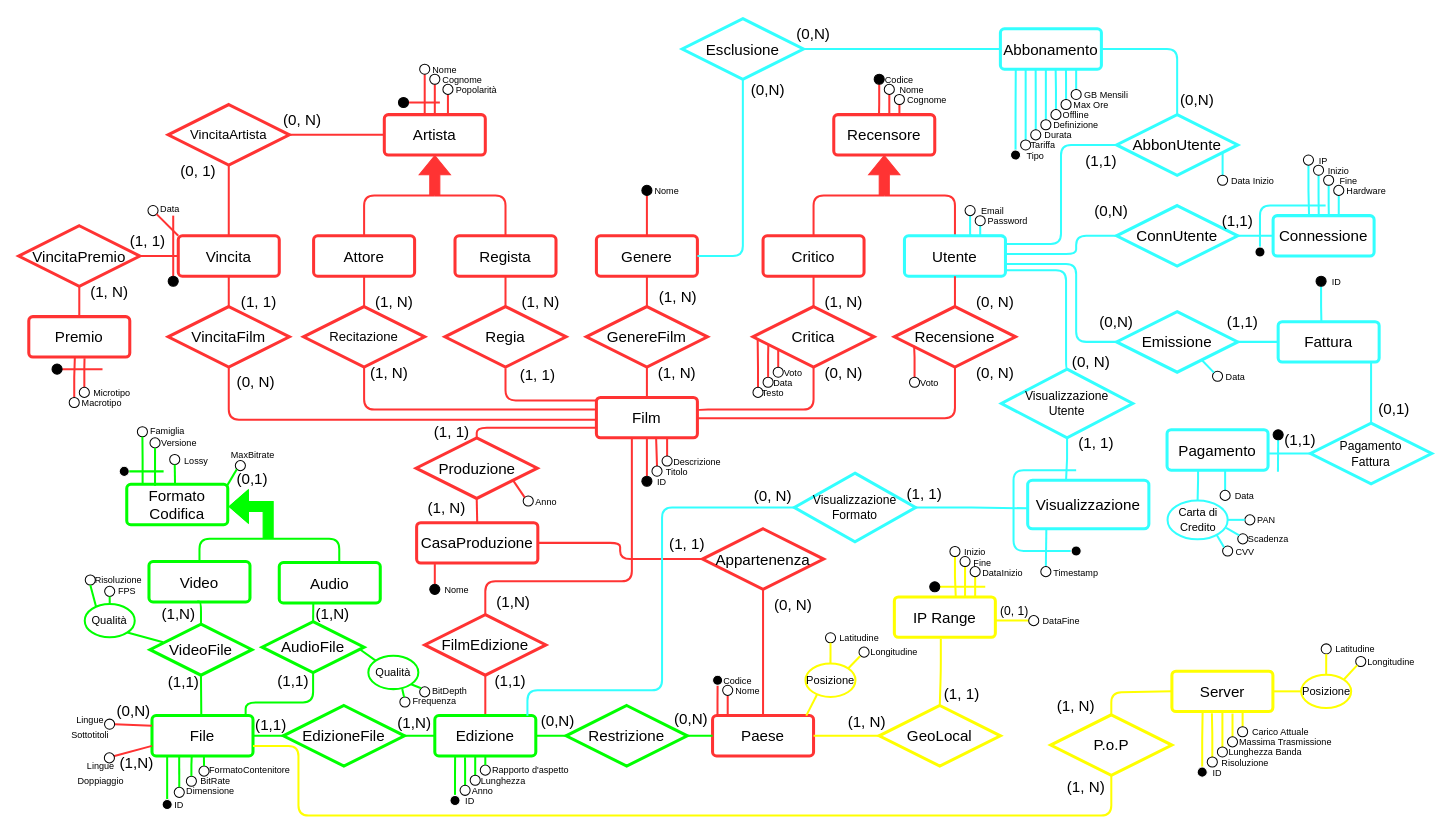
The draw.io diagram page "ER - da ristrutturare" (1 of 2) of ER.drawio in Richie314/FilmSphere, before the edit. Source tidied: cells renumbered, new cells numbered last; positions are measured from the earlier drawing's top-left corner, leaving out a move shared by most shapes. Both pictures are drawn from the tidied source at 101%, with x=0, y=0 at pixel (-146, 18).
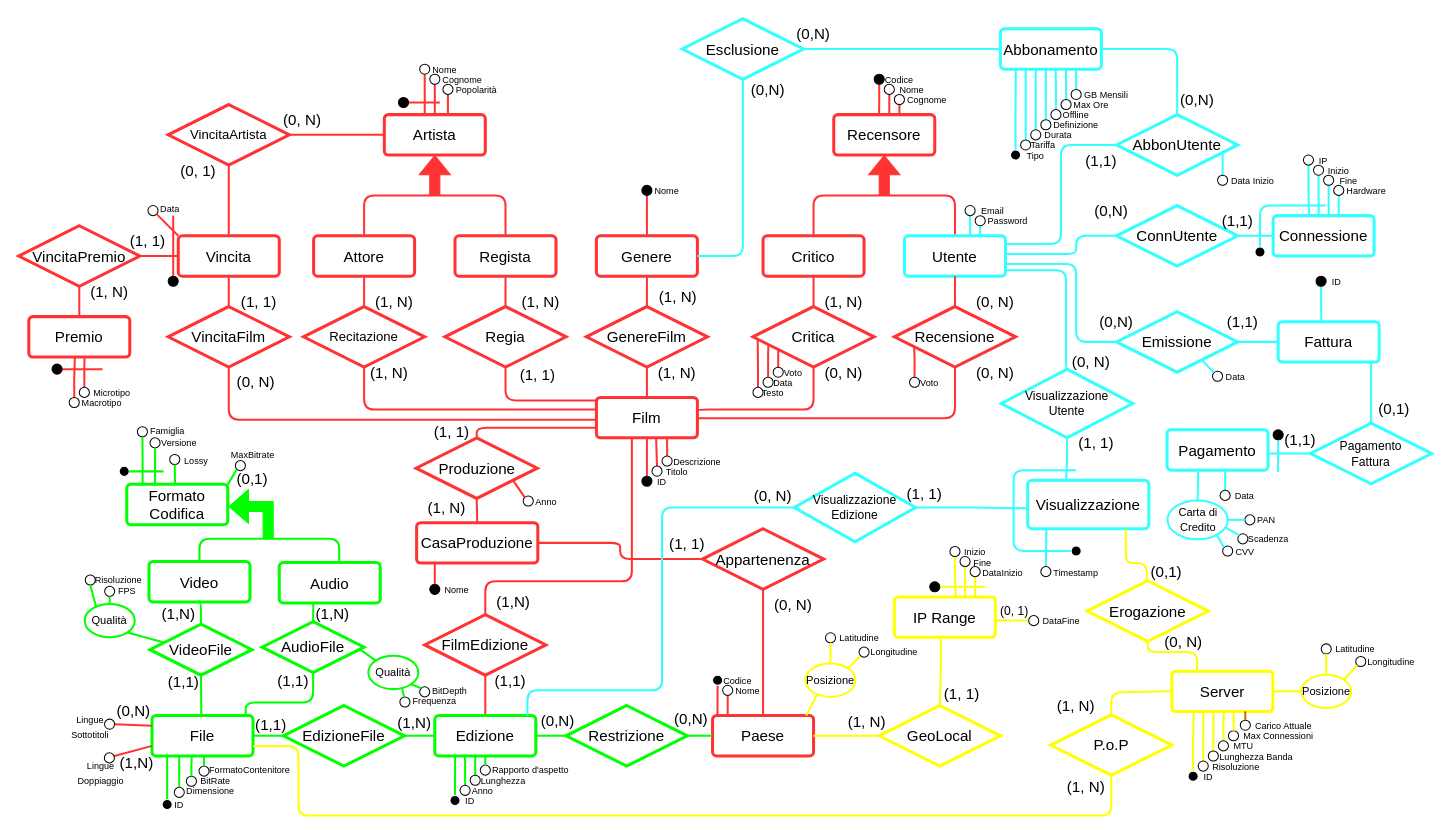
The same diagram, later.

The change refers to these unchanged cells:
```xml
<mxCell id="258" value="&lt;font style=&quot;font-size: 15px;&quot;&gt;Visualizzazione&lt;/font&gt;" style="rounded=1;arcSize=10;whiteSpace=wrap;html=1;align=center;strokeWidth=3;strokeColor=#33FFFF;" parent="1" vertex="1">
  <mxGeometry x="1162" y="457" width="120" height="48" as="geometry" />
</mxCell>
<mxCell id="283" value="&lt;font style=&quot;font-size: 15px;&quot;&gt;Server&lt;/font&gt;" style="rounded=1;arcSize=10;whiteSpace=wrap;html=1;align=center;strokeWidth=3;strokeColor=#FFFF00;" parent="1" vertex="1">
  <mxGeometry x="1304.8" y="646" width="100" height="40" as="geometry" />
</mxCell>
```

The edit, as a diff of the source:
```diff
@@
-    <mxCell id="265" value="&lt;font style=&quot;font-size: 12px;&quot;&gt;Visualizzazione&lt;br&gt;Formato&lt;br&gt;&lt;/font&gt;" style="shape=rhombus;perimeter=rhombusPerimeter;whiteSpace=wrap;html=1;align=center;strokeWidth=3;strokeColor=#33FFFF;" parent="1" vertex="1">
+    <mxCell id="265" value="&lt;font style=&quot;font-size: 12px;&quot;&gt;Visualizzazione&lt;br&gt;Edizione&lt;br&gt;&lt;/font&gt;" style="shape=rhombus;perimeter=rhombusPerimeter;whiteSpace=wrap;html=1;align=center;strokeWidth=3;strokeColor=#33FFFF;" parent="1" vertex="1">
       <mxGeometry x="931" y="450" width="120" height="68" as="geometry" />
     </mxCell>
@@
-    <mxCell id="284" style="edgeStyle=orthogonalEdgeStyle;shape=connector;rounded=0;jettySize=auto;html=1;entryX=0.304;entryY=1.01;entryDx=0;entryDy=0;entryPerimeter=0;labelBackgroundColor=default;strokeColor=#FFFF00;strokeWidth=2;fontFamily=Helvetica;fontSize=11;fontColor=default;endArrow=none;endFill=0;" parent="1" edge="1" source="285" target="283">
+    <mxCell id="284" style="edgeStyle=orthogonalEdgeStyle;shape=connector;rounded=0;jettySize=auto;html=1;entryX=0.215;entryY=1.022;entryDx=0;entryDy=0;entryPerimeter=0;labelBackgroundColor=default;strokeColor=#FFFF00;strokeWidth=2;fontFamily=Helvetica;fontSize=11;fontColor=default;endArrow=none;endFill=0;" parent="1" edge="1" source="285" target="283">
       <mxGeometry relative="1" as="geometry" />
     </mxCell>
     <mxCell id="285" style="ellipse;whiteSpace=wrap;html=1;fillColor=#000000;strokeColor=#FFFFFF;" parent="1" vertex="1">
-      <mxGeometry x="1329.8" y="741" width="10" height="10" as="geometry" />
+      <mxGeometry x="1320.8" y="745" width="10" height="10" as="geometry" />
     </mxCell>
-    <mxCell id="286" style="edgeStyle=orthogonalEdgeStyle;shape=connector;rounded=0;jettySize=auto;html=1;entryX=0.396;entryY=1.04;entryDx=0;entryDy=0;entryPerimeter=0;labelBackgroundColor=default;strokeColor=#FFFF00;strokeWidth=2;fontFamily=Helvetica;fontSize=11;fontColor=default;endArrow=none;endFill=0;" parent="1" edge="1" source="287" target="283">
+    <mxCell id="286" style="edgeStyle=orthogonalEdgeStyle;shape=connector;rounded=0;jettySize=auto;html=1;entryX=0.312;entryY=1.001;entryDx=0;entryDy=0;entryPerimeter=0;labelBackgroundColor=default;strokeColor=#FFFF00;strokeWidth=2;fontFamily=Helvetica;fontSize=11;fontColor=default;endArrow=none;endFill=0;" parent="1" edge="1" source="287" target="283">
       <mxGeometry relative="1" as="geometry" />
     </mxCell>
     <mxCell id="287" style="ellipse;whiteSpace=wrap;html=1;fillColor=#FFFFFF;strokeColor=#000000;" parent="1" vertex="1">
-      <mxGeometry x="1339.8" y="731" width="10" height="10" as="geometry" />
+      <mxGeometry x="1330.8" y="735" width="10" height="10" as="geometry" />
     </mxCell>
-    <mxCell id="288" style="edgeStyle=orthogonalEdgeStyle;shape=connector;rounded=0;jettySize=auto;html=1;entryX=0.5;entryY=1;entryDx=0;entryDy=0;labelBackgroundColor=default;strokeColor=#FFFF00;strokeWidth=2;fontFamily=Helvetica;fontSize=11;fontColor=default;endArrow=none;endFill=0;" parent="1" edge="1" source="289" target="283">
+    <mxCell id="288" style="edgeStyle=orthogonalEdgeStyle;shape=connector;rounded=0;jettySize=auto;html=1;entryX=0.413;entryY=1.011;entryDx=0;entryDy=0;labelBackgroundColor=default;strokeColor=#FFFF00;strokeWidth=2;fontFamily=Helvetica;fontSize=11;fontColor=default;endArrow=none;endFill=0;entryPerimeter=0;" parent="1" edge="1" source="289" target="283">
       <mxGeometry relative="1" as="geometry" />
     </mxCell>
     <mxCell id="289" style="ellipse;whiteSpace=wrap;html=1;fillColor=#FFFFFF;strokeColor=#000000;" parent="1" vertex="1">
-      <mxGeometry x="1349.8" y="721" width="10" height="10" as="geometry" />
+      <mxGeometry x="1340.8" y="725" width="10" height="10" as="geometry" />
     </mxCell>
-    <mxCell id="290" style="edgeStyle=orthogonalEdgeStyle;shape=connector;rounded=0;jettySize=auto;html=1;labelBackgroundColor=default;strokeColor=#FFFF00;strokeWidth=2;fontFamily=Helvetica;fontSize=11;fontColor=default;endArrow=none;endFill=0;" parent="1" edge="1" source="291">
-      <mxGeometry relative="1" as="geometry">
-        <mxPoint x="1364.8" y="688" as="targetPoint" />
-      </mxGeometry>
+    <mxCell id="290" style="edgeStyle=orthogonalEdgeStyle;shape=connector;rounded=0;jettySize=auto;html=1;labelBackgroundColor=default;strokeColor=#FFFF00;strokeWidth=2;fontFamily=Helvetica;fontSize=11;fontColor=default;endArrow=none;endFill=0;entryX=0.514;entryY=1.015;entryDx=0;entryDy=0;entryPerimeter=0;" parent="1" edge="1" source="291" target="283">
+      <mxGeometry relative="1" as="geometry" />
     </mxCell>
     <mxCell id="291" style="ellipse;whiteSpace=wrap;html=1;fillColor=#FFFFFF;strokeColor=#000000;" parent="1" vertex="1">
-      <mxGeometry x="1359.8" y="711" width="10" height="10" as="geometry" />
+      <mxGeometry x="1350.8" y="715" width="10" height="10" as="geometry" />
     </mxCell>
     <mxCell id="292" value="&lt;font style=&quot;font-size: 9px;&quot;&gt;ID&lt;br&gt;&lt;/font&gt;" style="text;html=1;strokeColor=none;fillColor=none;align=center;verticalAlign=middle;whiteSpace=wrap;rounded=0;" parent="1" vertex="1">
-      <mxGeometry x="1339.8" y="741" width="20" height="10" as="geometry" />
+      <mxGeometry x="1330.8" y="745" width="20" height="10" as="geometry" />
     </mxCell>
     <mxCell id="293" value="&lt;font style=&quot;font-size: 9px;&quot;&gt;Risoluzione&lt;br&gt;&lt;/font&gt;" style="text;html=1;strokeColor=none;fillColor=none;align=center;verticalAlign=middle;whiteSpace=wrap;rounded=0;" parent="1" vertex="1">
-      <mxGeometry x="1349.8" y="731" width="55" height="10" as="geometry" />
+      <mxGeometry x="1340.8" y="735" width="55" height="10" as="geometry" />
     </mxCell>
     <mxCell id="294" value="&lt;font style=&quot;font-size: 9px;&quot;&gt;Lunghezza Banda&lt;br&gt;&lt;/font&gt;" style="text;html=1;strokeColor=none;fillColor=none;align=center;verticalAlign=middle;whiteSpace=wrap;rounded=0;" parent="1" vertex="1">
-      <mxGeometry x="1359.8" y="721" width="75" height="10" as="geometry" />
+      <mxGeometry x="1350.8" y="725" width="75" height="10" as="geometry" />
     </mxCell>
-    <mxCell id="295" value="&lt;font style=&quot;font-size: 9px;&quot;&gt;Massima Trasmissione&lt;br&gt;&lt;/font&gt;" style="text;html=1;strokeColor=none;fillColor=none;align=center;verticalAlign=middle;whiteSpace=wrap;rounded=0;" parent="1" vertex="1">
-      <mxGeometry x="1369.8" y="711" width="95" height="10" as="geometry" />
+    <mxCell id="295" value="&lt;font style=&quot;font-size: 9px;&quot;&gt;MTU&lt;br&gt;&lt;/font&gt;" style="text;html=1;strokeColor=none;fillColor=none;align=center;verticalAlign=middle;whiteSpace=wrap;rounded=0;" parent="1" vertex="1">
+      <mxGeometry x="1360.8" y="715" width="30.1" height="10" as="geometry" />
     </mxCell>
-    <mxCell id="296" style="edgeStyle=orthogonalEdgeStyle;shape=connector;rounded=0;jettySize=auto;html=1;entryX=0.852;entryY=0.96;entryDx=0;entryDy=0;entryPerimeter=0;labelBackgroundColor=default;strokeColor=#FFFF00;strokeWidth=2;fontFamily=Helvetica;fontSize=11;fontColor=default;endArrow=none;endFill=0;" parent="1" edge="1" source="297" target="283">
-      <mxGeometry relative="1" as="geometry">
-        <Array as="points">
-          <mxPoint x="1374.8" y="686" />
-          <mxPoint x="1389.8" y="686" />
-        </Array>
-      </mxGeometry>
-    </mxCell>
     <mxCell id="297" style="ellipse;whiteSpace=wrap;html=1;fillColor=#FFFFFF;strokeColor=#000000;" parent="1" vertex="1">
-      <mxGeometry x="1369.8" y="701" width="10" height="10" as="geometry" />
+      <mxGeometry x="1360.8" y="705" width="10" height="10" as="geometry" />
     </mxCell>
-    <mxCell id="298" value="&lt;font style=&quot;font-size: 9px;&quot;&gt;Carico Attuale&lt;br&gt;&lt;/font&gt;" style="text;html=1;strokeColor=none;fillColor=none;align=center;verticalAlign=middle;whiteSpace=wrap;rounded=0;" parent="1" vertex="1">
-      <mxGeometry x="1379.8" y="701" width="65" height="10" as="geometry" />
+    <mxCell id="298" value="&lt;font style=&quot;font-size: 9px;&quot;&gt;Max Connessioni&lt;br&gt;&lt;/font&gt;" style="text;html=1;strokeColor=none;fillColor=none;align=center;verticalAlign=middle;whiteSpace=wrap;rounded=0;" parent="1" vertex="1">
+      <mxGeometry x="1370.8" y="705" width="79.2" height="10" as="geometry" />
     </mxCell>
@@
+    <mxCell id="296" style="edgeStyle=orthogonalEdgeStyle;shape=connector;rounded=0;jettySize=auto;html=1;labelBackgroundColor=default;strokeColor=#FFFF00;strokeWidth=2;fontFamily=Helvetica;fontSize=11;fontColor=default;endArrow=none;endFill=0;entryX=0.612;entryY=1.02;entryDx=0;entryDy=0;entryPerimeter=0;exitX=0.5;exitY=0;exitDx=0;exitDy=0;" parent="1" edge="1" source="297" target="283">
+      <mxGeometry relative="1" as="geometry" />
+    </mxCell>
+    <mxCell id="404" style="ellipse;whiteSpace=wrap;html=1;fillColor=#FFFFFF;strokeColor=#000000;" parent="1" vertex="1">
+      <mxGeometry x="1372.5" y="694.5" width="10" height="10" as="geometry" />
+    </mxCell>
+    <mxCell id="405" value="&lt;font style=&quot;font-size: 9px;&quot;&gt;Carico Attuale&lt;br&gt;&lt;/font&gt;" style="text;html=1;strokeColor=none;fillColor=none;align=center;verticalAlign=middle;whiteSpace=wrap;rounded=0;" parent="1" vertex="1">
+      <mxGeometry x="1382.5" y="694.5" width="65" height="10" as="geometry" />
+    </mxCell>
+    <mxCell id="406" style="endArrow=none;html=1;rounded=0;entryX=0.5;entryY=0;entryDx=0;entryDy=0;exitX=0.726;exitY=0.992;exitDx=0;exitDy=0;exitPerimeter=0;strokeWidth=2;strokeColor=#BD7000;" parent="1" edge="1" source="283" target="404">
+      <mxGeometry relative="1" as="geometry" />
+    </mxCell>
+    <mxCell id="407" value="&lt;font style=&quot;font-size: 15px;&quot;&gt;Erogazione&lt;/font&gt;" style="shape=rhombus;perimeter=rhombusPerimeter;whiteSpace=wrap;html=1;align=center;strokeWidth=3;strokeColor=#FFFF00;" parent="1" vertex="1">
+      <mxGeometry x="1220.8" y="556.5" width="120" height="60" as="geometry" />
+    </mxCell>
+    <mxCell id="408" style="edgeStyle=orthogonalEdgeStyle;shape=connector;rounded=1;jettySize=auto;html=1;labelBackgroundColor=default;strokeColor=#FFFF00;strokeWidth=2;fontFamily=Helvetica;fontSize=11;fontColor=default;endArrow=none;endFill=0;exitX=0.25;exitY=0;exitDx=0;exitDy=0;entryX=0.5;entryY=1;entryDx=0;entryDy=0;" parent="1" edge="1" source="283" target="407">
+      <mxGeometry relative="1" as="geometry">
+        <Array as="points">
+          <mxPoint x="1330" y="627" />
+          <mxPoint x="1281" y="627" />
+        </Array>
+      </mxGeometry>
+    </mxCell>
+    <mxCell id="409" style="edgeStyle=orthogonalEdgeStyle;shape=connector;rounded=1;jettySize=auto;html=1;labelBackgroundColor=default;strokeColor=#FFFF00;strokeWidth=2;fontFamily=Helvetica;fontSize=11;fontColor=default;endArrow=none;endFill=0;exitX=0.25;exitY=0;exitDx=0;exitDy=0;entryX=0.81;entryY=1.008;entryDx=0;entryDy=0;entryPerimeter=0;" parent="1" edge="1" target="258">
+      <mxGeometry relative="1" as="geometry">
+        <mxPoint x="1280" y="557.5" as="sourcePoint" />
+        <Array as="points">
+          <mxPoint x="1280" y="539" />
+          <mxPoint x="1260" y="539" />
+          <mxPoint x="1260" y="505" />
+        </Array>
+      </mxGeometry>
+    </mxCell>
+    <mxCell id="410" value="&lt;font style=&quot;font-size: 15px;&quot;&gt;(0, N)&lt;/font&gt;" style="text;html=1;strokeColor=none;fillColor=none;align=center;verticalAlign=middle;whiteSpace=wrap;rounded=0;" parent="1" vertex="1">
+      <mxGeometry x="1294.2" y="606" width="45" height="22.5" as="geometry" />
+    </mxCell>
+    <mxCell id="411" value="&lt;font style=&quot;font-size: 15px;&quot;&gt;(0,1)&lt;/font&gt;" style="text;html=1;strokeColor=none;fillColor=none;align=center;verticalAlign=middle;whiteSpace=wrap;rounded=0;" parent="1" vertex="1">
+      <mxGeometry x="1280" y="537" width="39" height="19.5" as="geometry" />
+    </mxCell>
```
